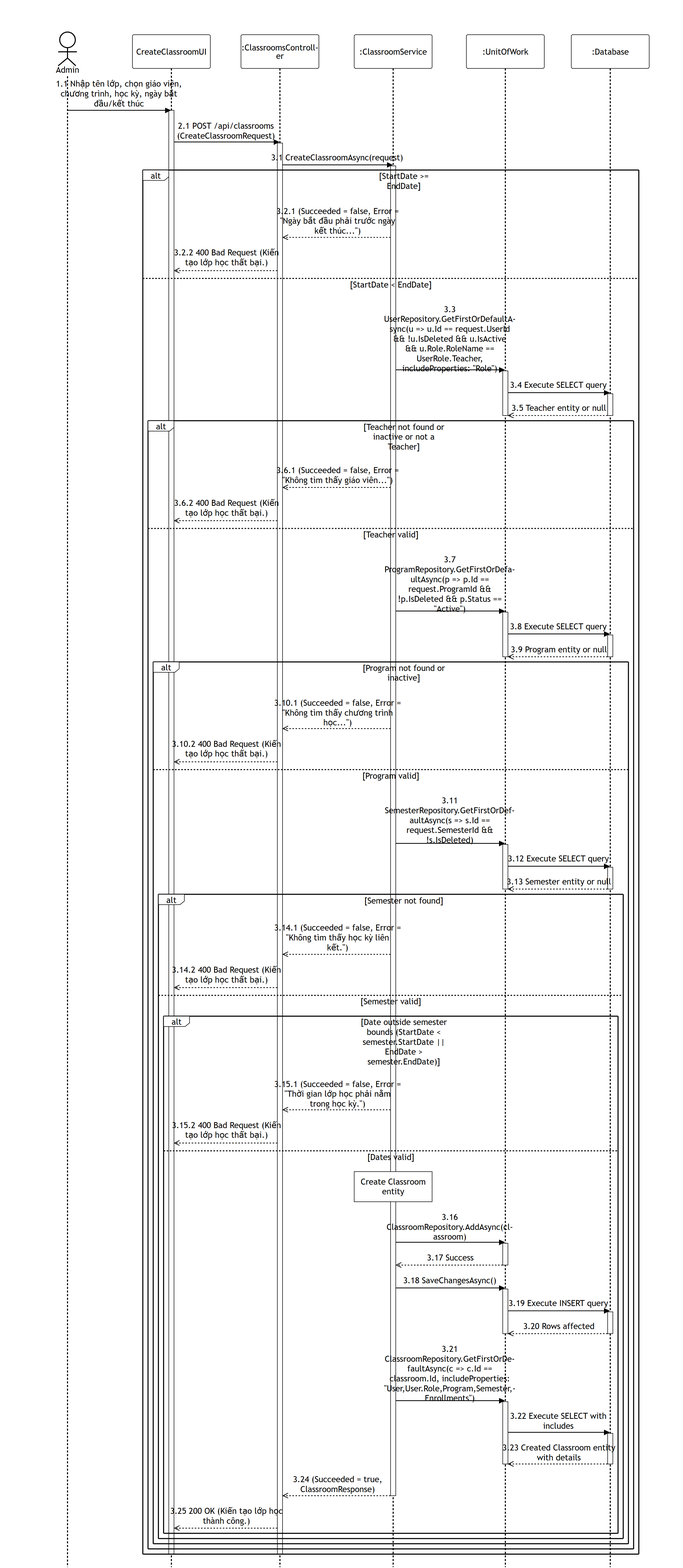
PhucAnDev/docx-diagram keeps this Mermaid diagram as 03-classroom-management/images/apis/create-classroom.png. Above is the earlier version. Its source is kept beside it as 03-classroom-management/sequence-diagram/apis/create-classroom.mmd.
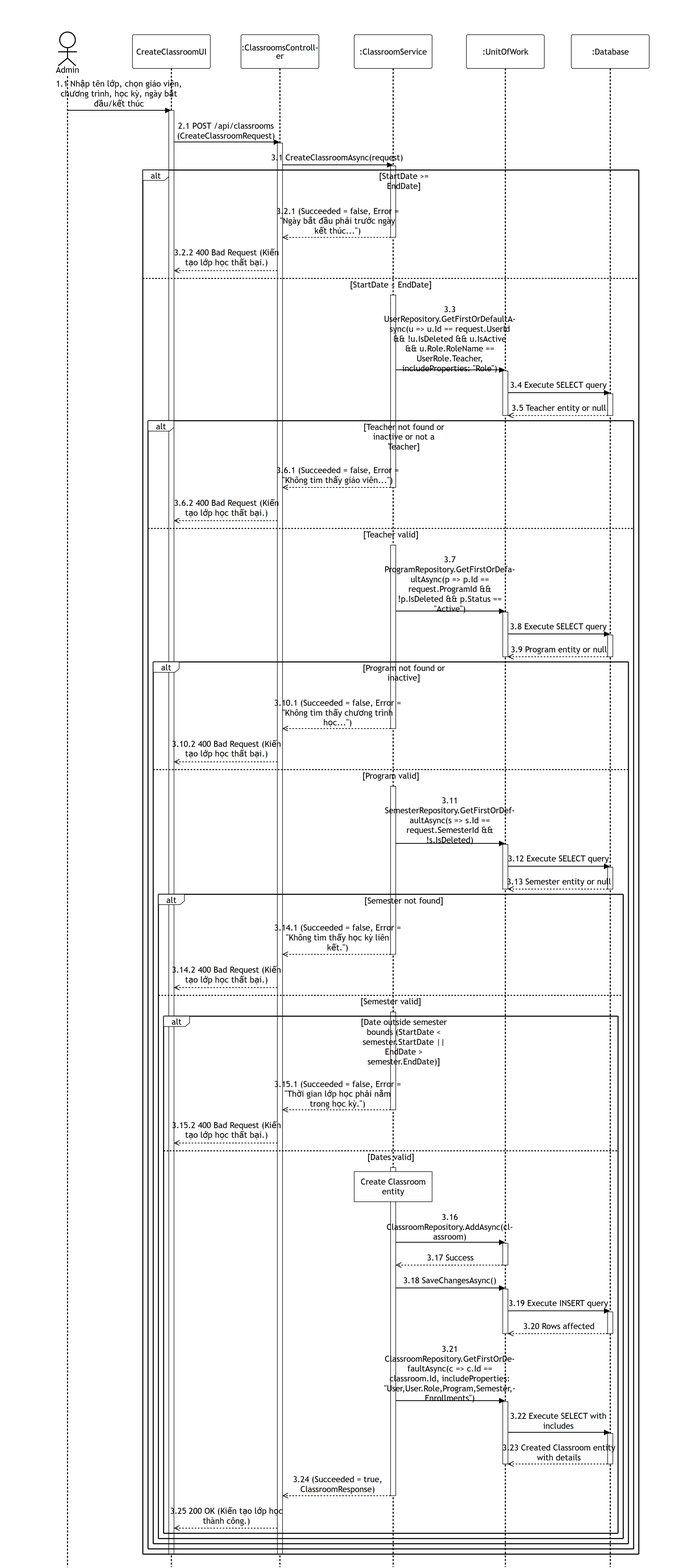
Above is the later version.

Change to the diagram source:
```diff
@@ -21,6 +21,7 @@
         deactivate Service
         Endpoint-->>UI: 3.2.2 400 Bad Request (Kiến tạo lớp học thất bại.)
     else StartDate < EndDate
+        activate Service
         Service->>DB: 3.3 UserRepository.GetFirstOrDefaultAsync(u => u.Id == request.UserId && !u.IsDeleted && u.IsActive && u.Role.RoleName == UserRole.Teacher, includeProperties: "Role")
         activate DB
         DB->>Database: 3.4 Execute SELECT query
@@ -34,6 +35,7 @@
             deactivate Service
             Endpoint-->>UI: 3.6.2 400 Bad Request (Kiến tạo lớp học thất bại.)
         else Teacher valid
+            activate Service
             Service->>DB: 3.7 ProgramRepository.GetFirstOrDefaultAsync(p => p.Id == request.ProgramId && !p.IsDeleted && p.Status == "Active")
             activate DB
             DB->>Database: 3.8 Execute SELECT query
@@ -47,6 +49,7 @@
                 deactivate Service
                 Endpoint-->>UI: 3.10.2 400 Bad Request (Kiến tạo lớp học thất bại.)
             else Program valid
+                activate Service
                 Service->>DB: 3.11 SemesterRepository.GetFirstOrDefaultAsync(s => s.Id == request.SemesterId && !s.IsDeleted)
                 activate DB
                 DB->>Database: 3.12 Execute SELECT query
@@ -60,11 +63,13 @@
                     deactivate Service
                     Endpoint-->>UI: 3.14.2 400 Bad Request (Kiến tạo lớp học thất bại.)
                 else Semester valid
+                    activate Service
                     alt Date outside semester bounds (StartDate < semester.StartDate || EndDate > semester.EndDate)
                         Service-->>Endpoint: 3.15.1 (Succeeded = false, Error = "Thời gian lớp học phải nằm trong học kỳ.")
                         deactivate Service
                         Endpoint-->>UI: 3.15.2 400 Bad Request (Kiến tạo lớp học thất bại.)
                     else Dates valid
+                        activate Service
                         note over Service: Create Classroom entity
 
                         Service->>DB: 3.16 ClassroomRepository.AddAsync(classroom)
```
